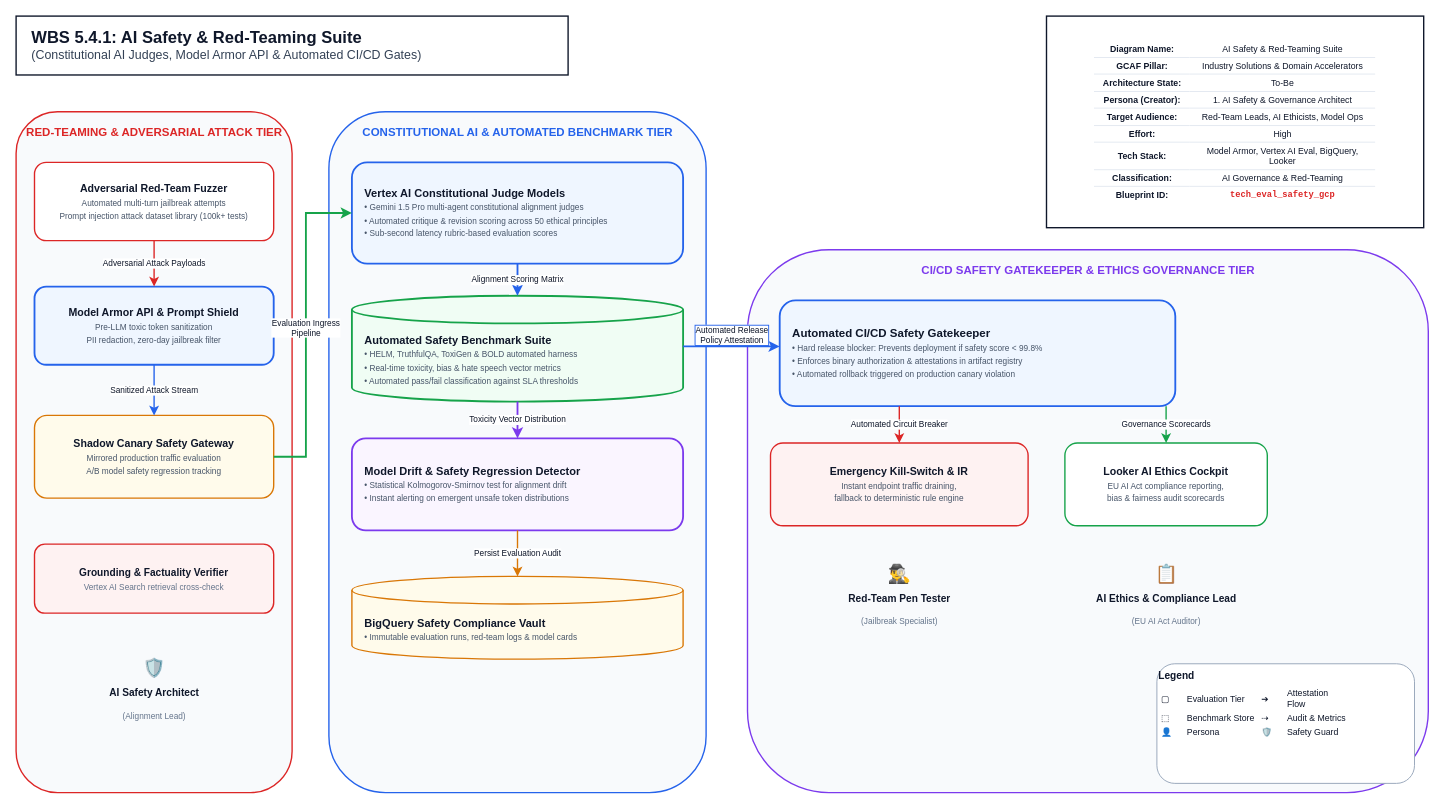
Before: templates/master_blueprints/xml/38_tech_eval_safety.drawio.xml in nitinaggarwal-12/PromptCanvas, a draw.io diagram. Source tidied: cells renumbered, new cells numbered last; positions are measured from the earlier drawing's top-left corner, leaving out a move shared by most shapes. Both pictures are drawn from the tidied source at 92%, with x=0, y=0 at pixel (16, 16).
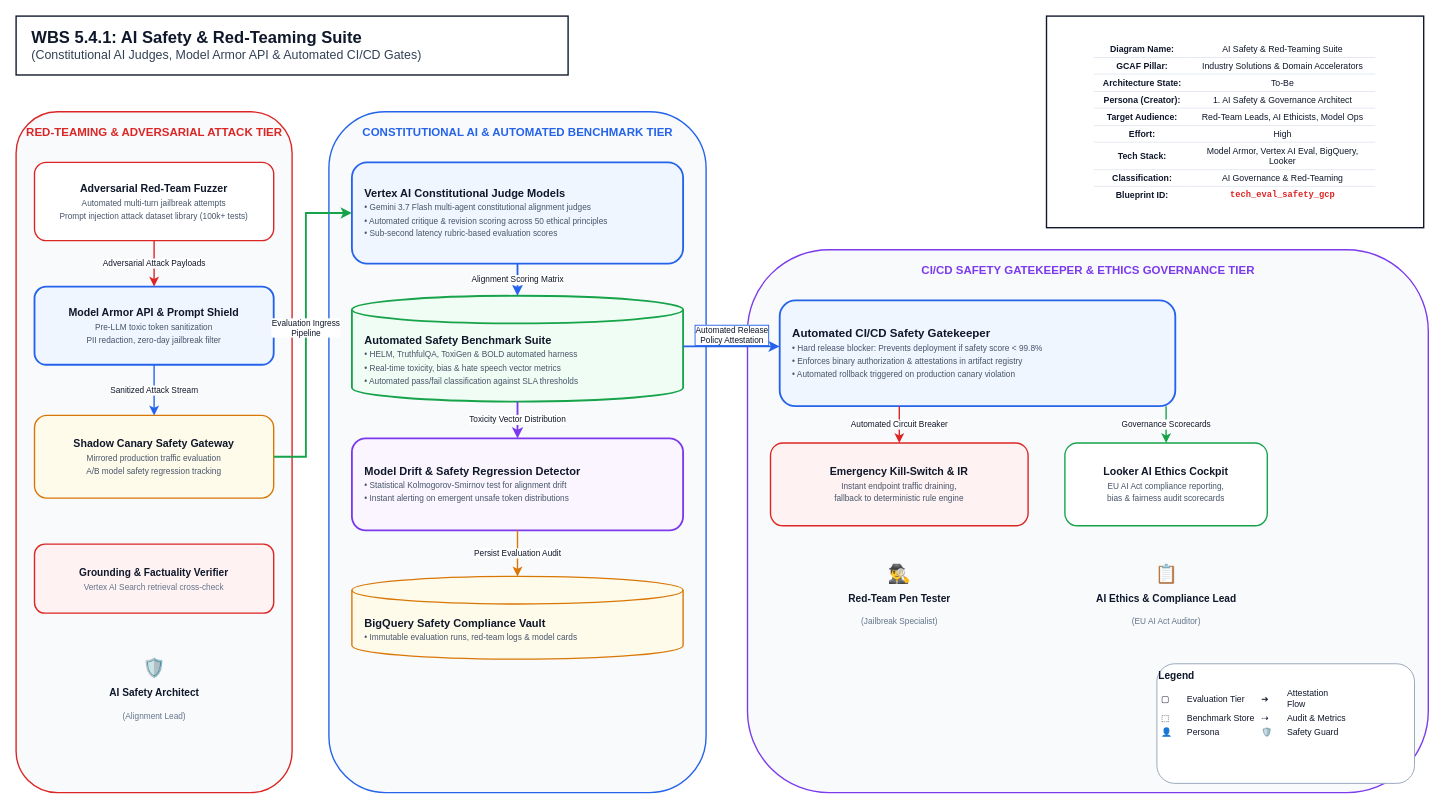
The same page after the edit.

The edit, as a diff of the source:
```diff
@@
-    <mxCell id="14" value="&lt;b style=&quot;font-size:12px;color:#0F172A;&quot;&gt;Vertex AI Constitutional Judge Models&lt;/b&gt;&lt;br&gt;&lt;span style=&quot;font-size:9px;color:#475569;&quot;&gt;• Gemini 1.5 Pro multi-agent constitutional alignment judges&lt;br&gt;• Automated critique &amp; revision scoring across 50 ethical principles&lt;br&gt;• Sub-second latency rubric-based evaluation scores&lt;/span&gt;" style="rounded=1;whiteSpace=wrap;html=1;fillColor=#EFF6FF;strokeColor=#2563EB;strokeWidth=2;align=left;spacingLeft=12;" parent="1" vertex="1">
+    <mxCell id="14" value="&lt;b style=&quot;font-size:12px;color:#0F172A;&quot;&gt;Vertex AI Constitutional Judge Models&lt;/b&gt;&lt;br&gt;&lt;span style=&quot;font-size:9px;color:#475569;&quot;&gt;• Gemini 3.7 Flash multi-agent constitutional alignment judges&lt;br&gt;• Automated critique &amp; revision scoring across 50 ethical principles&lt;br&gt;• Sub-second latency rubric-based evaluation scores&lt;/span&gt;" style="rounded=1;whiteSpace=wrap;html=1;fillColor=#EFF6FF;strokeColor=#2563EB;strokeWidth=2;align=left;spacingLeft=12;" parent="1" vertex="1">
       <mxGeometry x="365" y="159" width="360" height="110" as="geometry" />
     </mxCell>
```
